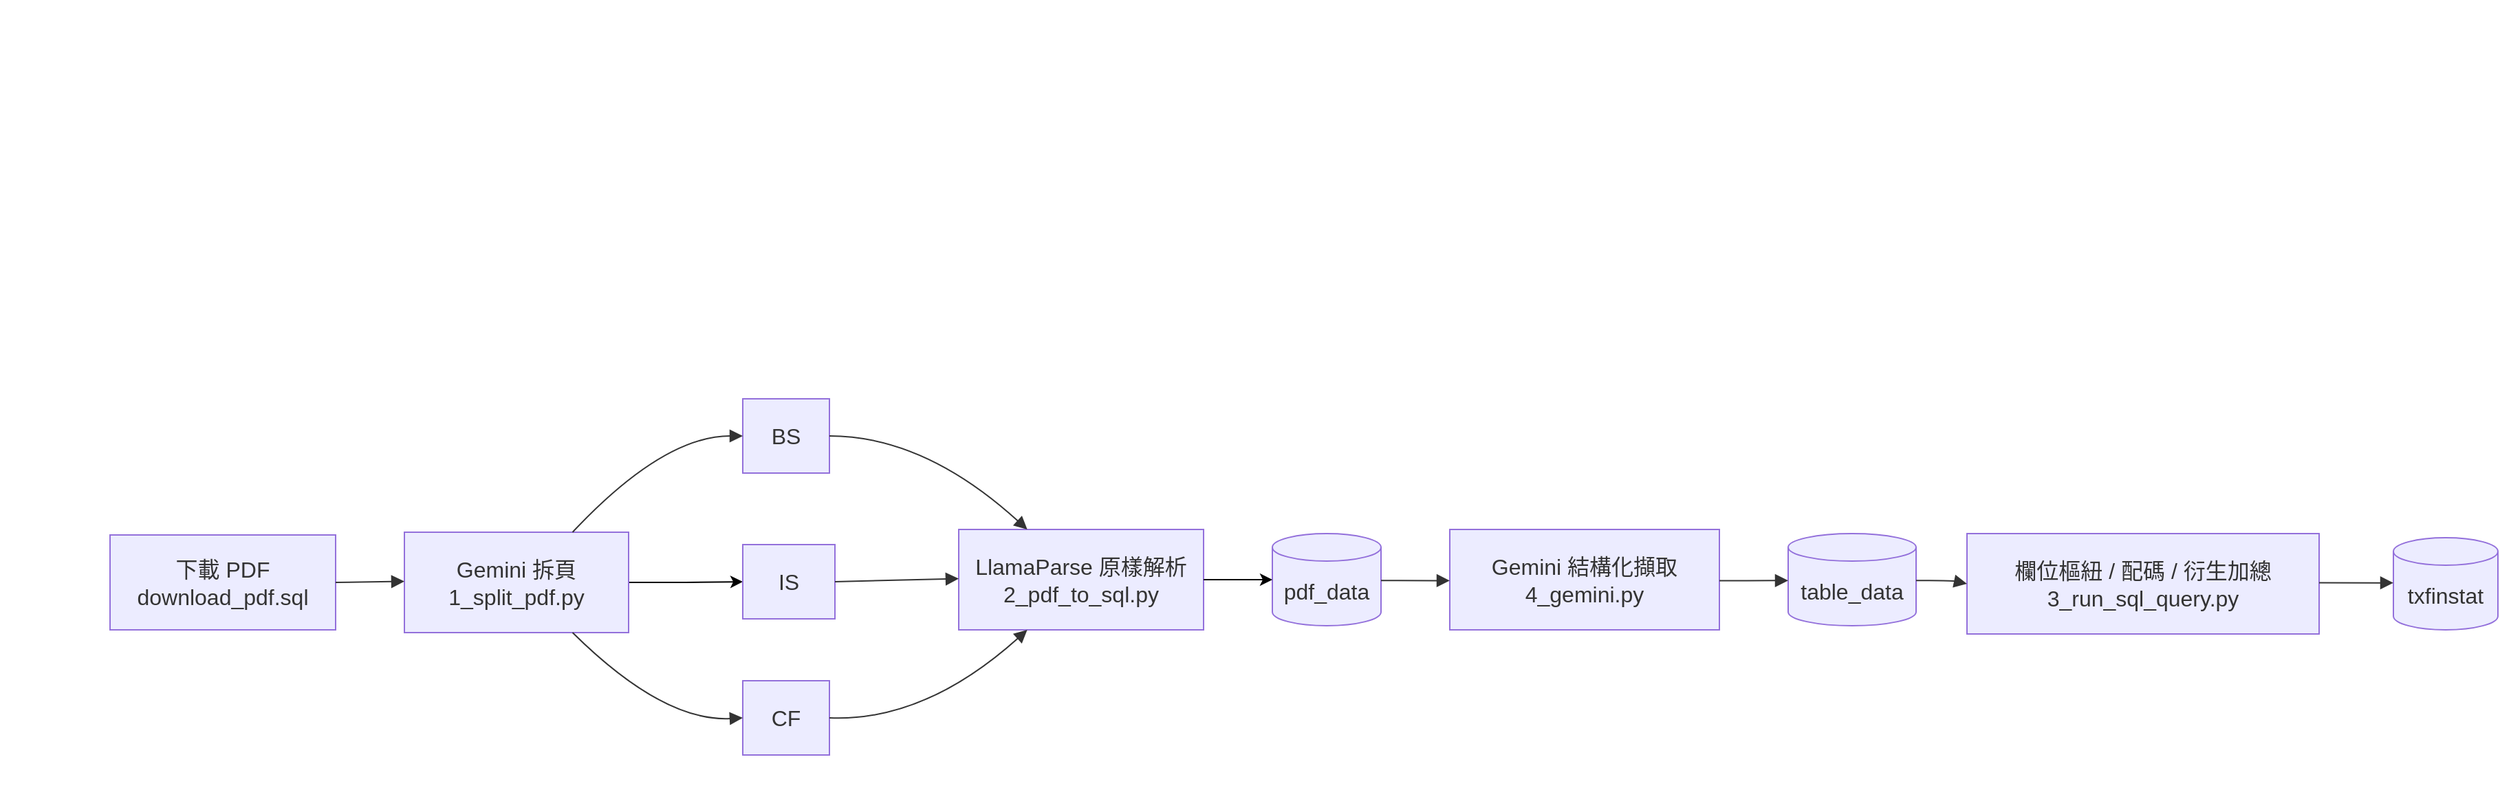
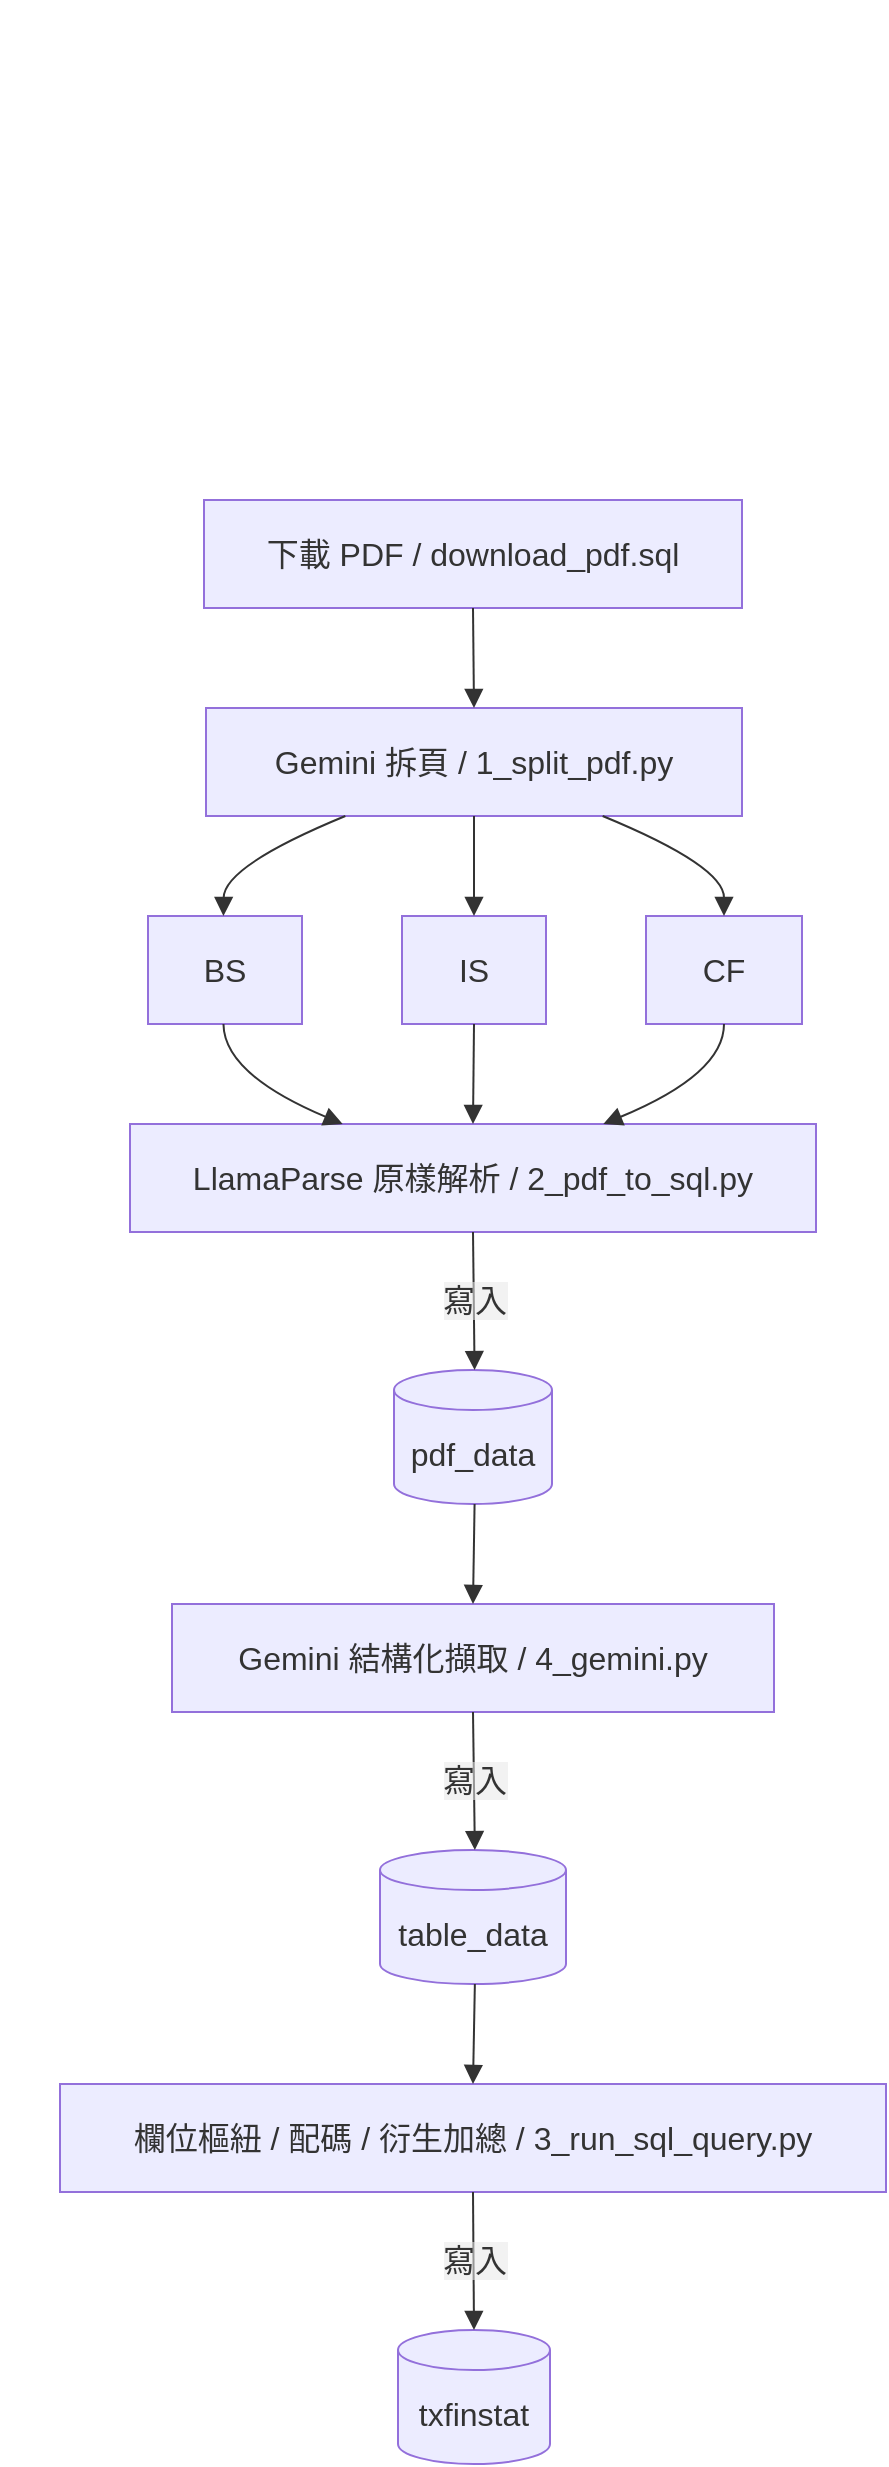
<mxfile host="app.diagrams.net" agent="Mozilla/5.0 (Windows NT 10.0; Win64; x64) AppleWebKit/537.36 (KHTML, like Gecko) Chrome/149.0.0.0 Safari/537.36">
  <diagram name="第 1 页" id="5wr4hw0qbn9dIjVRQ1fE">
-     <mxGraphModel dx="4580" dy="2670" grid="1" gridSize="10" guides="1" tooltips="1" connect="1" arrows="1" fold="1" page="1" pageScale="1" pageWidth="1169" pageHeight="827" math="0" shadow="0">
+     <mxGraphModel dx="1808" dy="938" grid="1" gridSize="10" guides="1" tooltips="1" connect="1" arrows="1" fold="1" page="1" pageScale="1" pageWidth="1169" pageHeight="827" math="0" shadow="0">
      <root>
        <mxCell id="0" />
        <mxCell id="1" parent="0" />
-         <UserObject label="" mermaidData="{&#xa;  &quot;data&quot;: &quot;flowchart LR\n  A[下載 PDF] --&gt; B[\&quot;Gemini 拆頁&lt;br&gt;1_split_pdf.py\&quot;]\n  B --&gt; C1[資產負債表]\n  B --&gt; C2[損益表]\n  B --&gt; C3[現金流量表]\n  C1 &amp; C2 &amp; C3 --&gt; D[\&quot;LlamaParse 解析&lt;br&gt;2_pdf_to_sql.py\&quot;]\n  D --&gt; E[(pdf_data)]\n  E --&gt; G[\&quot;Gemini 結構化擷取&lt;br&gt;4_gemini.py\&quot;]\n  G --&gt; F[(table_data)]\n  F --&gt; I[\&quot;欄位樞紐 / 配碼 / 衍生加總&lt;br&gt;3_run_sql_query.py\&quot;]\n  I --&gt; H[(txfinstat)]\n  B &amp; D -- \&quot;1,2 完成後\&quot; --&gt; I&quot;,&#xa;  &quot;config&quot;: null&#xa;}" id="uEy8U-7W5a8DpbSbEBy_-81">
-           <mxCell connectable="0" parent="1" style="group;transparentBounds=1;editIcon=1;lockedGroup=0;groupPadding=20;" vertex="1">
-             <mxGeometry height="572" width="610" as="geometry" />
+         <UserObject label="" mermaidData="{&#xa;  &quot;data&quot;: &quot;flowchart TD\n  A[下載 PDF / download_pdf.sql]:::green\n  B[Gemini 拆頁 / 1_split_pdf.py]:::orange\n  BS[BS]:::orange\n  IS[IS]:::orange\n  CF[CF]:::orange\n  C[LlamaParse 原樣解析 / 2_pdf_to_sql.py]:::yellow\n  D[(pdf_data)]:::blue\n  E[Gemini 結構化擷取 / 4_gemini.py]:::yellow\n  F[(table_data)]:::blue\n  G[欄位樞紐 / 配碼 / 衍生加總 / 3_run_sql_query.py]:::yellow\n  H[(txfinstat)]:::blue\n\n  A --&gt; B\n  B --&gt; BS\n  B --&gt; IS\n  B --&gt; CF\n  BS --&gt; C\n  IS --&gt; C\n  CF --&gt; C\n  C -- 寫入 --&gt; D\n  D --&gt; E\n  E -- 寫入 --&gt; F\n  F --&gt; G\n  G -- 寫入 --&gt; H&quot;,&#xa;  &quot;config&quot;: null&#xa;}" id="1AuTr31iAnfZBQywCQhe-49">
+           <mxCell connectable="0" parent="1" style="group;transparentBounds=1;editIcon=1;lockedGroup=0;groupPadding=10;" vertex="1">
+             <mxGeometry as="geometry" />
          </mxCell>
        </UserObject>
-         <UserObject label="下載 PDF&lt;div&gt;download_pdf.sql&lt;/div&gt;" mermaidId="n:A" mermaidBaseStyle="html=1;whiteSpace=wrap;strokeWidth=1;fillColor=light-dark(#ECECFF,#1f2020);strokeColor=light-dark(#9370DB,#cccccc);fontColor=light-dark(#333333,#cccccc);fontFamily=Trebuchet MS,Verdana,Arial,sans-serif;fontSize=16;" mermaidBaseValue="下載 PDF" id="uEy8U-7W5a8DpbSbEBy_-82">
-           <mxCell parent="uEy8U-7W5a8DpbSbEBy_-81" style="html=1;whiteSpace=wrap;strokeWidth=1;fillColor=light-dark(#ECECFF,#1f2020);strokeColor=light-dark(#9370DB,#cccccc);fontColor=light-dark(#333333,#cccccc);fontFamily=Trebuchet MS,Verdana,Arial,sans-serif;fontSize=16;" vertex="1">
-             <mxGeometry height="69" width="164" x="80" y="389" as="geometry" />
+         <UserObject label="下載 PDF / download_pdf.sql" mermaidId="n:A" mermaidBaseStyle="html=1;whiteSpace=wrap;strokeWidth=1;fillColor=light-dark(#ECECFF,#1f2020);strokeColor=light-dark(#9370DB,#cccccc);fontColor=light-dark(#333333,#cccccc);fontFamily=Trebuchet MS,Verdana,Arial,sans-serif;fontSize=16;" mermaidBaseValue="下載 PDF / download_pdf.sql" id="1AuTr31iAnfZBQywCQhe-50">
+           <mxCell parent="1AuTr31iAnfZBQywCQhe-49" style="html=1;whiteSpace=wrap;strokeWidth=1;fillColor=light-dark(#ECECFF,#1f2020);strokeColor=light-dark(#9370DB,#cccccc);fontColor=light-dark(#333333,#cccccc);fontFamily=Trebuchet MS,Verdana,Arial,sans-serif;fontSize=16;" vertex="1">
+             <mxGeometry height="54" width="269" x="102" y="250" as="geometry" />
          </mxCell>
        </UserObject>
-         <mxCell id="uEy8U-7W5a8DpbSbEBy_-109" edge="1" parent="uEy8U-7W5a8DpbSbEBy_-81" source="uEy8U-7W5a8DpbSbEBy_-83" style="edgeStyle=orthogonalEdgeStyle;rounded=0;orthogonalLoop=1;jettySize=auto;html=1;exitX=1;exitY=0.5;exitDx=0;exitDy=0;entryX=0;entryY=0.5;entryDx=0;entryDy=0;" target="uEy8U-7W5a8DpbSbEBy_-85">
-           <mxGeometry relative="1" as="geometry" />
-         </mxCell>
-         <UserObject label="Gemini 拆頁&#xa;1_split_pdf.py" mermaidId="n:B" mermaidBaseStyle="html=1;whiteSpace=wrap;strokeWidth=1;fillColor=light-dark(#ECECFF,#1f2020);strokeColor=light-dark(#9370DB,#cccccc);fontColor=light-dark(#333333,#cccccc);fontFamily=Trebuchet MS,Verdana,Arial,sans-serif;fontSize=16;" mermaidBaseValue="Gemini 拆頁&#xa;1_split_pdf.py" id="uEy8U-7W5a8DpbSbEBy_-83">
-           <mxCell parent="uEy8U-7W5a8DpbSbEBy_-81" style="html=1;whiteSpace=wrap;strokeWidth=1;fillColor=light-dark(#ECECFF,#1f2020);strokeColor=light-dark(#9370DB,#cccccc);fontColor=light-dark(#333333,#cccccc);fontFamily=Trebuchet MS,Verdana,Arial,sans-serif;fontSize=16;" vertex="1">
-             <mxGeometry height="73" width="163" x="294" y="387" as="geometry" />
+         <UserObject label="Gemini 拆頁 / 1_split_pdf.py" mermaidId="n:B" mermaidBaseStyle="html=1;whiteSpace=wrap;strokeWidth=1;fillColor=light-dark(#ECECFF,#1f2020);strokeColor=light-dark(#9370DB,#cccccc);fontColor=light-dark(#333333,#cccccc);fontFamily=Trebuchet MS,Verdana,Arial,sans-serif;fontSize=16;" mermaidBaseValue="Gemini 拆頁 / 1_split_pdf.py" id="1AuTr31iAnfZBQywCQhe-51">
+           <mxCell parent="1AuTr31iAnfZBQywCQhe-49" style="html=1;whiteSpace=wrap;strokeWidth=1;fillColor=light-dark(#ECECFF,#1f2020);strokeColor=light-dark(#9370DB,#cccccc);fontColor=light-dark(#333333,#cccccc);fontFamily=Trebuchet MS,Verdana,Arial,sans-serif;fontSize=16;" vertex="1">
+             <mxGeometry height="54" width="268" x="103" y="354" as="geometry" />
          </mxCell>
        </UserObject>
-         <UserObject label="BS" mermaidId="n:C1" mermaidBaseStyle="html=1;whiteSpace=wrap;strokeWidth=1;fillColor=light-dark(#ECECFF,#1f2020);strokeColor=light-dark(#9370DB,#cccccc);fontColor=light-dark(#333333,#cccccc);fontFamily=Trebuchet MS,Verdana,Arial,sans-serif;fontSize=16;" mermaidBaseValue="資產負債表" id="uEy8U-7W5a8DpbSbEBy_-84">
-           <mxCell parent="uEy8U-7W5a8DpbSbEBy_-81" style="html=1;whiteSpace=wrap;strokeWidth=1;fillColor=light-dark(#ECECFF,#1f2020);strokeColor=light-dark(#9370DB,#cccccc);fontColor=light-dark(#333333,#cccccc);fontFamily=Trebuchet MS,Verdana,Arial,sans-serif;fontSize=16;" vertex="1">
-             <mxGeometry height="54" width="63" x="540" y="290" as="geometry" />
+         <UserObject label="BS" mermaidId="n:BS" mermaidBaseStyle="html=1;whiteSpace=wrap;strokeWidth=1;fillColor=light-dark(#ECECFF,#1f2020);strokeColor=light-dark(#9370DB,#cccccc);fontColor=light-dark(#333333,#cccccc);fontFamily=Trebuchet MS,Verdana,Arial,sans-serif;fontSize=16;" mermaidBaseValue="BS" id="1AuTr31iAnfZBQywCQhe-52">
+           <mxCell parent="1AuTr31iAnfZBQywCQhe-49" style="html=1;whiteSpace=wrap;strokeWidth=1;fillColor=light-dark(#ECECFF,#1f2020);strokeColor=light-dark(#9370DB,#cccccc);fontColor=light-dark(#333333,#cccccc);fontFamily=Trebuchet MS,Verdana,Arial,sans-serif;fontSize=16;" vertex="1">
+             <mxGeometry height="54" width="77" x="74" y="458" as="geometry" />
          </mxCell>
        </UserObject>
-         <UserObject label="IS" mermaidId="n:C2" mermaidBaseStyle="html=1;whiteSpace=wrap;strokeWidth=1;fillColor=light-dark(#ECECFF,#1f2020);strokeColor=light-dark(#9370DB,#cccccc);fontColor=light-dark(#333333,#cccccc);fontFamily=Trebuchet MS,Verdana,Arial,sans-serif;fontSize=16;" mermaidBaseValue="損益表" id="uEy8U-7W5a8DpbSbEBy_-85">
-           <mxCell parent="uEy8U-7W5a8DpbSbEBy_-81" style="html=1;whiteSpace=wrap;strokeWidth=1;fillColor=light-dark(#ECECFF,#1f2020);strokeColor=light-dark(#9370DB,#cccccc);fontColor=light-dark(#333333,#cccccc);fontFamily=Trebuchet MS,Verdana,Arial,sans-serif;fontSize=16;" vertex="1">
-             <mxGeometry height="54" width="67" x="540" y="396" as="geometry" />
+         <UserObject label="IS" mermaidId="n:IS" mermaidBaseStyle="html=1;whiteSpace=wrap;strokeWidth=1;fillColor=light-dark(#ECECFF,#1f2020);strokeColor=light-dark(#9370DB,#cccccc);fontColor=light-dark(#333333,#cccccc);fontFamily=Trebuchet MS,Verdana,Arial,sans-serif;fontSize=16;" mermaidBaseValue="IS" id="1AuTr31iAnfZBQywCQhe-53">
+           <mxCell parent="1AuTr31iAnfZBQywCQhe-49" style="html=1;whiteSpace=wrap;strokeWidth=1;fillColor=light-dark(#ECECFF,#1f2020);strokeColor=light-dark(#9370DB,#cccccc);fontColor=light-dark(#333333,#cccccc);fontFamily=Trebuchet MS,Verdana,Arial,sans-serif;fontSize=16;" vertex="1">
+             <mxGeometry height="54" width="72" x="201" y="458" as="geometry" />
          </mxCell>
        </UserObject>
-         <UserObject label="CF" mermaidId="n:C3" mermaidBaseStyle="html=1;whiteSpace=wrap;strokeWidth=1;fillColor=light-dark(#ECECFF,#1f2020);strokeColor=light-dark(#9370DB,#cccccc);fontColor=light-dark(#333333,#cccccc);fontFamily=Trebuchet MS,Verdana,Arial,sans-serif;fontSize=16;" mermaidBaseValue="現金流量表" id="uEy8U-7W5a8DpbSbEBy_-86">
-           <mxCell parent="uEy8U-7W5a8DpbSbEBy_-81" style="html=1;whiteSpace=wrap;strokeWidth=1;fillColor=light-dark(#ECECFF,#1f2020);strokeColor=light-dark(#9370DB,#cccccc);fontColor=light-dark(#333333,#cccccc);fontFamily=Trebuchet MS,Verdana,Arial,sans-serif;fontSize=16;" vertex="1">
-             <mxGeometry height="54" width="63" x="540" y="495" as="geometry" />
+         <UserObject label="CF" mermaidId="n:CF" mermaidBaseStyle="html=1;whiteSpace=wrap;strokeWidth=1;fillColor=light-dark(#ECECFF,#1f2020);strokeColor=light-dark(#9370DB,#cccccc);fontColor=light-dark(#333333,#cccccc);fontFamily=Trebuchet MS,Verdana,Arial,sans-serif;fontSize=16;" mermaidBaseValue="CF" id="1AuTr31iAnfZBQywCQhe-54">
+           <mxCell parent="1AuTr31iAnfZBQywCQhe-49" style="html=1;whiteSpace=wrap;strokeWidth=1;fillColor=light-dark(#ECECFF,#1f2020);strokeColor=light-dark(#9370DB,#cccccc);fontColor=light-dark(#333333,#cccccc);fontFamily=Trebuchet MS,Verdana,Arial,sans-serif;fontSize=16;" vertex="1">
+             <mxGeometry height="54" width="78" x="323" y="458" as="geometry" />
          </mxCell>
        </UserObject>
-         <UserObject label="LlamaParse 原樣解析&lt;br&gt;2_pdf_to_sql.py" mermaidId="n:D" mermaidBaseStyle="html=1;whiteSpace=wrap;strokeWidth=1;fillColor=light-dark(#ECECFF,#1f2020);strokeColor=light-dark(#9370DB,#cccccc);fontColor=light-dark(#333333,#cccccc);fontFamily=Trebuchet MS,Verdana,Arial,sans-serif;fontSize=16;" mermaidBaseValue="LlamaParse 解析&#xa;2_pdf_to_sql.py" id="uEy8U-7W5a8DpbSbEBy_-87">
-           <mxCell parent="uEy8U-7W5a8DpbSbEBy_-81" style="html=1;whiteSpace=wrap;strokeWidth=1;fillColor=light-dark(#ECECFF,#1f2020);strokeColor=light-dark(#9370DB,#cccccc);fontColor=light-dark(#333333,#cccccc);fontFamily=Trebuchet MS,Verdana,Arial,sans-serif;fontSize=16;" vertex="1">
-             <mxGeometry height="73" width="178" x="697" y="385" as="geometry" />
+         <UserObject label="LlamaParse 原樣解析 / 2_pdf_to_sql.py" mermaidId="n:C" mermaidBaseStyle="html=1;whiteSpace=wrap;strokeWidth=1;fillColor=light-dark(#ECECFF,#1f2020);strokeColor=light-dark(#9370DB,#cccccc);fontColor=light-dark(#333333,#cccccc);fontFamily=Trebuchet MS,Verdana,Arial,sans-serif;fontSize=16;" mermaidBaseValue="LlamaParse 原樣解析 / 2_pdf_to_sql.py" id="1AuTr31iAnfZBQywCQhe-55">
+           <mxCell parent="1AuTr31iAnfZBQywCQhe-49" style="html=1;whiteSpace=wrap;strokeWidth=1;fillColor=light-dark(#ECECFF,#1f2020);strokeColor=light-dark(#9370DB,#cccccc);fontColor=light-dark(#333333,#cccccc);fontFamily=Trebuchet MS,Verdana,Arial,sans-serif;fontSize=16;" vertex="1">
+             <mxGeometry height="54" width="343" x="65" y="562" as="geometry" />
          </mxCell>
        </UserObject>
-         <UserObject label="pdf_data" mermaidId="n:E" mermaidBaseStyle="html=1;shape=cylinder3;boundedLbl=1;backgroundOutline=1;size=10;strokeWidth=1;whiteSpace=wrap;fillColor=light-dark(#ECECFF,#1f2020);strokeColor=light-dark(#9370DB,#cccccc);fontColor=light-dark(#333333,#cccccc);fontFamily=Trebuchet MS,Verdana,Arial,sans-serif;fontSize=16;" mermaidBaseValue="pdf_data" id="uEy8U-7W5a8DpbSbEBy_-88">
-           <mxCell parent="uEy8U-7W5a8DpbSbEBy_-81" style="html=1;shape=cylinder3;boundedLbl=1;backgroundOutline=1;size=10;strokeWidth=1;whiteSpace=wrap;fillColor=light-dark(#ECECFF,#1f2020);strokeColor=light-dark(#9370DB,#cccccc);fontColor=light-dark(#333333,#cccccc);fontFamily=Trebuchet MS,Verdana,Arial,sans-serif;fontSize=16;" vertex="1">
-             <mxGeometry height="67" width="79" x="925" y="388" as="geometry" />
+         <UserObject label="pdf_data" mermaidId="n:D" mermaidBaseStyle="html=1;shape=cylinder3;boundedLbl=1;backgroundOutline=1;size=10;strokeWidth=1;whiteSpace=wrap;fillColor=light-dark(#ECECFF,#1f2020);strokeColor=light-dark(#9370DB,#cccccc);fontColor=light-dark(#333333,#cccccc);fontFamily=Trebuchet MS,Verdana,Arial,sans-serif;fontSize=16;" mermaidBaseValue="pdf_data" id="1AuTr31iAnfZBQywCQhe-56">
+           <mxCell parent="1AuTr31iAnfZBQywCQhe-49" style="html=1;shape=cylinder3;boundedLbl=1;backgroundOutline=1;size=10;strokeWidth=1;whiteSpace=wrap;fillColor=light-dark(#ECECFF,#1f2020);strokeColor=light-dark(#9370DB,#cccccc);fontColor=light-dark(#333333,#cccccc);fontFamily=Trebuchet MS,Verdana,Arial,sans-serif;fontSize=16;" vertex="1">
+             <mxGeometry height="67" width="79" x="197" y="685" as="geometry" />
          </mxCell>
        </UserObject>
-         <UserObject label="Gemini 結構化擷取&#xa;4_gemini.py" mermaidId="n:G" mermaidBaseStyle="html=1;whiteSpace=wrap;strokeWidth=1;fillColor=light-dark(#ECECFF,#1f2020);strokeColor=light-dark(#9370DB,#cccccc);fontColor=light-dark(#333333,#cccccc);fontFamily=Trebuchet MS,Verdana,Arial,sans-serif;fontSize=16;" mermaidBaseValue="Gemini 結構化擷取&#xa;4_gemini.py" id="uEy8U-7W5a8DpbSbEBy_-89">
-           <mxCell parent="uEy8U-7W5a8DpbSbEBy_-81" style="html=1;whiteSpace=wrap;strokeWidth=1;fillColor=light-dark(#ECECFF,#1f2020);strokeColor=light-dark(#9370DB,#cccccc);fontColor=light-dark(#333333,#cccccc);fontFamily=Trebuchet MS,Verdana,Arial,sans-serif;fontSize=16;" vertex="1">
-             <mxGeometry height="73" width="196" x="1054" y="385" as="geometry" />
+         <UserObject label="Gemini 結構化擷取 / 4_gemini.py" mermaidId="n:E" mermaidBaseStyle="html=1;whiteSpace=wrap;strokeWidth=1;fillColor=light-dark(#ECECFF,#1f2020);strokeColor=light-dark(#9370DB,#cccccc);fontColor=light-dark(#333333,#cccccc);fontFamily=Trebuchet MS,Verdana,Arial,sans-serif;fontSize=16;" mermaidBaseValue="Gemini 結構化擷取 / 4_gemini.py" id="1AuTr31iAnfZBQywCQhe-57">
+           <mxCell parent="1AuTr31iAnfZBQywCQhe-49" style="html=1;whiteSpace=wrap;strokeWidth=1;fillColor=light-dark(#ECECFF,#1f2020);strokeColor=light-dark(#9370DB,#cccccc);fontColor=light-dark(#333333,#cccccc);fontFamily=Trebuchet MS,Verdana,Arial,sans-serif;fontSize=16;" vertex="1">
+             <mxGeometry height="54" width="301" x="86" y="802" as="geometry" />
          </mxCell>
        </UserObject>
-         <UserObject label="table_data" mermaidId="n:F" mermaidBaseStyle="html=1;shape=cylinder3;boundedLbl=1;backgroundOutline=1;size=10;strokeWidth=1;whiteSpace=wrap;fillColor=light-dark(#ECECFF,#1f2020);strokeColor=light-dark(#9370DB,#cccccc);fontColor=light-dark(#333333,#cccccc);fontFamily=Trebuchet MS,Verdana,Arial,sans-serif;fontSize=16;" mermaidBaseValue="table_data" id="uEy8U-7W5a8DpbSbEBy_-90">
-           <mxCell parent="uEy8U-7W5a8DpbSbEBy_-81" style="html=1;shape=cylinder3;boundedLbl=1;backgroundOutline=1;size=10;strokeWidth=1;whiteSpace=wrap;fillColor=light-dark(#ECECFF,#1f2020);strokeColor=light-dark(#9370DB,#cccccc);fontColor=light-dark(#333333,#cccccc);fontFamily=Trebuchet MS,Verdana,Arial,sans-serif;fontSize=16;" vertex="1">
-             <mxGeometry height="67" width="93" x="1300" y="388" as="geometry" />
+         <UserObject label="table_data" mermaidId="n:F" mermaidBaseStyle="html=1;shape=cylinder3;boundedLbl=1;backgroundOutline=1;size=10;strokeWidth=1;whiteSpace=wrap;fillColor=light-dark(#ECECFF,#1f2020);strokeColor=light-dark(#9370DB,#cccccc);fontColor=light-dark(#333333,#cccccc);fontFamily=Trebuchet MS,Verdana,Arial,sans-serif;fontSize=16;" mermaidBaseValue="table_data" id="1AuTr31iAnfZBQywCQhe-58">
+           <mxCell parent="1AuTr31iAnfZBQywCQhe-49" style="html=1;shape=cylinder3;boundedLbl=1;backgroundOutline=1;size=10;strokeWidth=1;whiteSpace=wrap;fillColor=light-dark(#ECECFF,#1f2020);strokeColor=light-dark(#9370DB,#cccccc);fontColor=light-dark(#333333,#cccccc);fontFamily=Trebuchet MS,Verdana,Arial,sans-serif;fontSize=16;" vertex="1">
+             <mxGeometry height="67" width="93" x="190" y="925" as="geometry" />
          </mxCell>
        </UserObject>
-         <UserObject label="欄位樞紐 / 配碼 / 衍生加總&#xa;3_run_sql_query.py" mermaidId="n:I" mermaidBaseStyle="html=1;whiteSpace=wrap;strokeWidth=1;fillColor=light-dark(#ECECFF,#1f2020);strokeColor=light-dark(#9370DB,#cccccc);fontColor=light-dark(#333333,#cccccc);fontFamily=Trebuchet MS,Verdana,Arial,sans-serif;fontSize=16;" mermaidBaseValue="欄位樞紐 / 配碼 / 衍生加總&#xa;3_run_sql_query.py" id="uEy8U-7W5a8DpbSbEBy_-91">
-           <mxCell parent="uEy8U-7W5a8DpbSbEBy_-81" style="html=1;whiteSpace=wrap;strokeWidth=1;fillColor=light-dark(#ECECFF,#1f2020);strokeColor=light-dark(#9370DB,#cccccc);fontColor=light-dark(#333333,#cccccc);fontFamily=Trebuchet MS,Verdana,Arial,sans-serif;fontSize=16;" vertex="1">
-             <mxGeometry height="73" width="256" x="1430" y="388" as="geometry" />
+         <UserObject label="欄位樞紐 / 配碼 / 衍生加總 / 3_run_sql_query.py" mermaidId="n:G" mermaidBaseStyle="html=1;whiteSpace=wrap;strokeWidth=1;fillColor=light-dark(#ECECFF,#1f2020);strokeColor=light-dark(#9370DB,#cccccc);fontColor=light-dark(#333333,#cccccc);fontFamily=Trebuchet MS,Verdana,Arial,sans-serif;fontSize=16;" mermaidBaseValue="欄位樞紐 / 配碼 / 衍生加總 / 3_run_sql_query.py" id="1AuTr31iAnfZBQywCQhe-59">
+           <mxCell parent="1AuTr31iAnfZBQywCQhe-49" style="html=1;whiteSpace=wrap;strokeWidth=1;fillColor=light-dark(#ECECFF,#1f2020);strokeColor=light-dark(#9370DB,#cccccc);fontColor=light-dark(#333333,#cccccc);fontFamily=Trebuchet MS,Verdana,Arial,sans-serif;fontSize=16;" vertex="1">
+             <mxGeometry height="54" width="413" x="30" y="1042" as="geometry" />
          </mxCell>
        </UserObject>
-         <UserObject label="txfinstat" mermaidId="n:H" mermaidBaseStyle="html=1;shape=cylinder3;boundedLbl=1;backgroundOutline=1;size=10;strokeWidth=1;whiteSpace=wrap;fillColor=light-dark(#ECECFF,#1f2020);strokeColor=light-dark(#9370DB,#cccccc);fontColor=light-dark(#333333,#cccccc);fontFamily=Trebuchet MS,Verdana,Arial,sans-serif;fontSize=16;" mermaidBaseValue="txfinstat" id="uEy8U-7W5a8DpbSbEBy_-92">
-           <mxCell parent="uEy8U-7W5a8DpbSbEBy_-81" style="html=1;shape=cylinder3;boundedLbl=1;backgroundOutline=1;size=10;strokeWidth=1;whiteSpace=wrap;fillColor=light-dark(#ECECFF,#1f2020);strokeColor=light-dark(#9370DB,#cccccc);fontColor=light-dark(#333333,#cccccc);fontFamily=Trebuchet MS,Verdana,Arial,sans-serif;fontSize=16;" vertex="1">
-             <mxGeometry height="67" width="76" x="1740" y="391" as="geometry" />
+         <UserObject label="txfinstat" mermaidId="n:H" mermaidBaseStyle="html=1;shape=cylinder3;boundedLbl=1;backgroundOutline=1;size=10;strokeWidth=1;whiteSpace=wrap;fillColor=light-dark(#ECECFF,#1f2020);strokeColor=light-dark(#9370DB,#cccccc);fontColor=light-dark(#333333,#cccccc);fontFamily=Trebuchet MS,Verdana,Arial,sans-serif;fontSize=16;" mermaidBaseValue="txfinstat" id="1AuTr31iAnfZBQywCQhe-60">
+           <mxCell parent="1AuTr31iAnfZBQywCQhe-49" style="html=1;shape=cylinder3;boundedLbl=1;backgroundOutline=1;size=10;strokeWidth=1;whiteSpace=wrap;fillColor=light-dark(#ECECFF,#1f2020);strokeColor=light-dark(#9370DB,#cccccc);fontColor=light-dark(#333333,#cccccc);fontFamily=Trebuchet MS,Verdana,Arial,sans-serif;fontSize=16;" vertex="1">
+             <mxGeometry height="67" width="76" x="199" y="1165" as="geometry" />
          </mxCell>
        </UserObject>
-         <UserObject label="" mermaidId="e:A-&gt;B#0" mermaidBaseStyle="curved=1;startArrow=none;endArrow=block;endSize=7;strokeColor=light-dark(#333333,#cccccc);exitX=1;exitY=0.5;entryX=0;entryY=0.49;" mermaidBaseValue="" id="uEy8U-7W5a8DpbSbEBy_-93">
-           <mxCell edge="1" parent="uEy8U-7W5a8DpbSbEBy_-81" source="uEy8U-7W5a8DpbSbEBy_-82" style="curved=1;startArrow=none;endArrow=block;endSize=7;strokeColor=light-dark(#333333,#cccccc);exitX=1;exitY=0.5;entryX=0;entryY=0.49;rounded=0;" target="uEy8U-7W5a8DpbSbEBy_-83">
+         <UserObject label="" mermaidId="e:A-&gt;B#0" mermaidBaseStyle="curved=1;startArrow=none;endArrow=block;endSize=7;strokeColor=light-dark(#333333,#cccccc);exitX=0.5;exitY=1;entryX=0.5;entryY=0;" mermaidBaseValue="" id="1AuTr31iAnfZBQywCQhe-61">
+           <mxCell edge="1" parent="1AuTr31iAnfZBQywCQhe-49" source="1AuTr31iAnfZBQywCQhe-50" style="curved=1;startArrow=none;endArrow=block;endSize=7;strokeColor=light-dark(#333333,#cccccc);exitX=0.5;exitY=1;entryX=0.5;entryY=0;rounded=0;" target="1AuTr31iAnfZBQywCQhe-51">
            <mxGeometry relative="1" as="geometry">
              <Array as="points" />
            </mxGeometry>
          </mxCell>
        </UserObject>
-         <UserObject label="" mermaidId="e:B-&gt;C1#0" mermaidBaseStyle="curved=1;startArrow=none;endArrow=block;endSize=7;strokeColor=light-dark(#333333,#cccccc);exitX=0.66;exitY=0;entryX=0;entryY=0.5;" mermaidBaseValue="" id="uEy8U-7W5a8DpbSbEBy_-94">
-           <mxCell edge="1" parent="uEy8U-7W5a8DpbSbEBy_-81" source="uEy8U-7W5a8DpbSbEBy_-83" style="curved=1;startArrow=none;endArrow=block;endSize=7;strokeColor=light-dark(#333333,#cccccc);entryX=0;entryY=0.5;rounded=0;exitX=0.75;exitY=0;exitDx=0;exitDy=0;" target="uEy8U-7W5a8DpbSbEBy_-84">
+         <UserObject label="" mermaidId="e:B-&gt;BS#0" mermaidBaseStyle="curved=1;startArrow=none;endArrow=block;endSize=7;strokeColor=light-dark(#333333,#cccccc);exitX=0.26;exitY=1;entryX=0.49;entryY=0;" mermaidBaseValue="" id="1AuTr31iAnfZBQywCQhe-62">
+           <mxCell edge="1" parent="1AuTr31iAnfZBQywCQhe-49" source="1AuTr31iAnfZBQywCQhe-51" style="curved=1;startArrow=none;endArrow=block;endSize=7;strokeColor=light-dark(#333333,#cccccc);exitX=0.26;exitY=1;entryX=0.49;entryY=0;rounded=0;" target="1AuTr31iAnfZBQywCQhe-52">
            <mxGeometry relative="1" as="geometry">
              <Array as="points">
-                 <mxPoint x="482" y="317" />
-               </Array>
-               <mxPoint x="430" y="390" as="sourcePoint" />
-             </mxGeometry>
-           </mxCell>
-         </UserObject>
-         <UserObject label="" mermaidId="e:B-&gt;C3#0" mermaidBaseStyle="curved=1;startArrow=none;endArrow=block;endSize=7;strokeColor=light-dark(#333333,#cccccc);exitX=0.92;exitY=1;entryX=0;entryY=0.5;" mermaidBaseValue="" id="uEy8U-7W5a8DpbSbEBy_-96">
-           <mxCell edge="1" parent="uEy8U-7W5a8DpbSbEBy_-81" source="uEy8U-7W5a8DpbSbEBy_-83" style="curved=1;startArrow=none;endArrow=block;endSize=7;strokeColor=light-dark(#333333,#cccccc);exitX=0.75;exitY=1;entryX=0;entryY=0.5;rounded=0;exitDx=0;exitDy=0;" target="uEy8U-7W5a8DpbSbEBy_-86">
-             <mxGeometry relative="1" as="geometry">
-               <Array as="points">
-                 <mxPoint x="482" y="525" />
+                 <mxPoint x="112" y="433" />
              </Array>
            </mxGeometry>
          </mxCell>
        </UserObject>
-         <UserObject label="" mermaidId="e:C1-&gt;D#0" mermaidBaseStyle="curved=1;startArrow=none;endArrow=block;endSize=7;strokeColor=light-dark(#333333,#cccccc);exitX=1;exitY=0.5;entryX=0.28;entryY=0;" mermaidBaseValue="" id="uEy8U-7W5a8DpbSbEBy_-97">
-           <mxCell edge="1" parent="uEy8U-7W5a8DpbSbEBy_-81" source="uEy8U-7W5a8DpbSbEBy_-84" style="curved=1;startArrow=none;endArrow=block;endSize=7;strokeColor=light-dark(#333333,#cccccc);exitX=1;exitY=0.5;entryX=0.28;entryY=0;rounded=0;" target="uEy8U-7W5a8DpbSbEBy_-87">
-             <mxGeometry relative="1" as="geometry">
-               <Array as="points">
-                 <mxPoint x="672" y="317" />
-               </Array>
-             </mxGeometry>
-           </mxCell>
-         </UserObject>
-         <UserObject label="" mermaidId="e:C2-&gt;D#0" mermaidBaseStyle="curved=1;startArrow=none;endArrow=block;endSize=7;strokeColor=light-dark(#333333,#cccccc);exitX=1;exitY=0.5;entryX=0;entryY=0.49;" mermaidBaseValue="" id="uEy8U-7W5a8DpbSbEBy_-98">
-           <mxCell edge="1" parent="uEy8U-7W5a8DpbSbEBy_-81" source="uEy8U-7W5a8DpbSbEBy_-85" style="curved=1;startArrow=none;endArrow=block;endSize=7;strokeColor=light-dark(#333333,#cccccc);exitX=1;exitY=0.5;entryX=0;entryY=0.49;rounded=0;" target="uEy8U-7W5a8DpbSbEBy_-87">
+         <UserObject label="" mermaidId="e:B-&gt;IS#0" mermaidBaseStyle="curved=1;startArrow=none;endArrow=block;endSize=7;strokeColor=light-dark(#333333,#cccccc);exitX=0.5;exitY=1;entryX=0.5;entryY=0;" mermaidBaseValue="" id="1AuTr31iAnfZBQywCQhe-63">
+           <mxCell edge="1" parent="1AuTr31iAnfZBQywCQhe-49" source="1AuTr31iAnfZBQywCQhe-51" style="curved=1;startArrow=none;endArrow=block;endSize=7;strokeColor=light-dark(#333333,#cccccc);exitX=0.5;exitY=1;entryX=0.5;entryY=0;rounded=0;" target="1AuTr31iAnfZBQywCQhe-53">
            <mxGeometry relative="1" as="geometry">
              <Array as="points" />
            </mxGeometry>
          </mxCell>
        </UserObject>
-         <UserObject label="" mermaidId="e:C3-&gt;D#0" mermaidBaseStyle="curved=1;startArrow=none;endArrow=block;endSize=7;strokeColor=light-dark(#333333,#cccccc);exitX=1;exitY=0.5;entryX=0.28;entryY=1;" mermaidBaseValue="" id="uEy8U-7W5a8DpbSbEBy_-99">
-           <mxCell edge="1" parent="uEy8U-7W5a8DpbSbEBy_-81" source="uEy8U-7W5a8DpbSbEBy_-86" style="curved=1;startArrow=none;endArrow=block;endSize=7;strokeColor=light-dark(#333333,#cccccc);exitX=1;exitY=0.5;entryX=0.28;entryY=1;rounded=0;" target="uEy8U-7W5a8DpbSbEBy_-87">
+         <UserObject label="" mermaidId="e:B-&gt;CF#0" mermaidBaseStyle="curved=1;startArrow=none;endArrow=block;endSize=7;strokeColor=light-dark(#333333,#cccccc);exitX=0.74;exitY=1;entryX=0.5;entryY=0;" mermaidBaseValue="" id="1AuTr31iAnfZBQywCQhe-64">
+           <mxCell edge="1" parent="1AuTr31iAnfZBQywCQhe-49" source="1AuTr31iAnfZBQywCQhe-51" style="curved=1;startArrow=none;endArrow=block;endSize=7;strokeColor=light-dark(#333333,#cccccc);exitX=0.74;exitY=1;entryX=0.5;entryY=0;rounded=0;" target="1AuTr31iAnfZBQywCQhe-54">
            <mxGeometry relative="1" as="geometry">
              <Array as="points">
-                 <mxPoint x="672" y="525" />
+                 <mxPoint x="362" y="433" />
              </Array>
            </mxGeometry>
          </mxCell>
        </UserObject>
-         <UserObject label="" mermaidId="e:E-&gt;G#0" mermaidBaseStyle="curved=1;startArrow=none;endArrow=block;endSize=7;strokeColor=light-dark(#333333,#cccccc);exitX=1;exitY=0.51;entryX=0;entryY=0.51;" mermaidBaseValue="" id="uEy8U-7W5a8DpbSbEBy_-101">
-           <mxCell edge="1" parent="uEy8U-7W5a8DpbSbEBy_-81" source="uEy8U-7W5a8DpbSbEBy_-88" style="curved=1;startArrow=none;endArrow=block;endSize=7;strokeColor=light-dark(#333333,#cccccc);exitX=1;exitY=0.51;entryX=0;entryY=0.51;rounded=0;" target="uEy8U-7W5a8DpbSbEBy_-89">
+         <UserObject label="" mermaidId="e:BS-&gt;C#0" mermaidBaseStyle="curved=1;startArrow=none;endArrow=block;endSize=7;strokeColor=light-dark(#333333,#cccccc);exitX=0.49;exitY=1;entryX=0.31;entryY=0;" mermaidBaseValue="" id="1AuTr31iAnfZBQywCQhe-65">
+           <mxCell edge="1" parent="1AuTr31iAnfZBQywCQhe-49" source="1AuTr31iAnfZBQywCQhe-52" style="curved=1;startArrow=none;endArrow=block;endSize=7;strokeColor=light-dark(#333333,#cccccc);exitX=0.49;exitY=1;entryX=0.31;entryY=0;rounded=0;" target="1AuTr31iAnfZBQywCQhe-55">
+             <mxGeometry relative="1" as="geometry">
+               <Array as="points">
+                 <mxPoint x="112" y="537" />
+               </Array>
+             </mxGeometry>
+           </mxCell>
+         </UserObject>
+         <UserObject label="" mermaidId="e:IS-&gt;C#0" mermaidBaseStyle="curved=1;startArrow=none;endArrow=block;endSize=7;strokeColor=light-dark(#333333,#cccccc);exitX=0.5;exitY=1;entryX=0.5;entryY=0;" mermaidBaseValue="" id="1AuTr31iAnfZBQywCQhe-66">
+           <mxCell edge="1" parent="1AuTr31iAnfZBQywCQhe-49" source="1AuTr31iAnfZBQywCQhe-53" style="curved=1;startArrow=none;endArrow=block;endSize=7;strokeColor=light-dark(#333333,#cccccc);exitX=0.5;exitY=1;entryX=0.5;entryY=0;rounded=0;" target="1AuTr31iAnfZBQywCQhe-55">
            <mxGeometry relative="1" as="geometry">
              <Array as="points" />
            </mxGeometry>
          </mxCell>
        </UserObject>
-         <UserObject label="" mermaidId="e:G-&gt;F#0" mermaidBaseStyle="curved=1;startArrow=none;endArrow=block;endSize=7;strokeColor=light-dark(#333333,#cccccc);exitX=1;exitY=0.51;entryX=0;entryY=0.51;" mermaidBaseValue="" id="uEy8U-7W5a8DpbSbEBy_-102">
-           <mxCell edge="1" parent="uEy8U-7W5a8DpbSbEBy_-81" source="uEy8U-7W5a8DpbSbEBy_-89" style="curved=1;startArrow=none;endArrow=block;endSize=7;strokeColor=light-dark(#333333,#cccccc);exitX=1;exitY=0.51;entryX=0;entryY=0.51;rounded=0;" target="uEy8U-7W5a8DpbSbEBy_-90">
+         <UserObject label="" mermaidId="e:CF-&gt;C#0" mermaidBaseStyle="curved=1;startArrow=none;endArrow=block;endSize=7;strokeColor=light-dark(#333333,#cccccc);exitX=0.5;exitY=1;entryX=0.69;entryY=0;" mermaidBaseValue="" id="1AuTr31iAnfZBQywCQhe-67">
+           <mxCell edge="1" parent="1AuTr31iAnfZBQywCQhe-49" source="1AuTr31iAnfZBQywCQhe-54" style="curved=1;startArrow=none;endArrow=block;endSize=7;strokeColor=light-dark(#333333,#cccccc);exitX=0.5;exitY=1;entryX=0.69;entryY=0;rounded=0;" target="1AuTr31iAnfZBQywCQhe-55">
+             <mxGeometry relative="1" as="geometry">
+               <Array as="points">
+                 <mxPoint x="362" y="537" />
+               </Array>
+             </mxGeometry>
+           </mxCell>
+         </UserObject>
+         <UserObject label="寫入" mermaidId="e:C-&gt;D#0" mermaidBaseStyle="curved=1;startArrow=none;endArrow=block;endSize=7;strokeColor=light-dark(#333333,#cccccc);html=1;fontSize=16;labelBackgroundColor=light-dark(#E8E8E88D,#2a2a2a8D);fontFamily=Trebuchet MS,Verdana,Arial,sans-serif;fontColor=light-dark(#333333,#cccccc);exitX=0.5;exitY=1;entryX=0.51;entryY=0;" mermaidBaseValue="寫入" id="1AuTr31iAnfZBQywCQhe-68">
+           <mxCell edge="1" parent="1AuTr31iAnfZBQywCQhe-49" source="1AuTr31iAnfZBQywCQhe-55" style="curved=1;startArrow=none;endArrow=block;endSize=7;strokeColor=light-dark(#333333,#cccccc);html=1;fontSize=16;labelBackgroundColor=light-dark(#E8E8E88D,#2a2a2a8D);fontFamily=Trebuchet MS,Verdana,Arial,sans-serif;fontColor=light-dark(#333333,#cccccc);exitX=0.5;exitY=1;entryX=0.51;entryY=0;rounded=0;" target="1AuTr31iAnfZBQywCQhe-56">
            <mxGeometry relative="1" as="geometry">
              <Array as="points" />
            </mxGeometry>
          </mxCell>
        </UserObject>
-         <UserObject label="" mermaidId="e:F-&gt;I#0" mermaidBaseStyle="curved=1;startArrow=none;endArrow=block;endSize=7;strokeColor=light-dark(#333333,#cccccc);exitX=1;exitY=0.51;entryX=0.3;entryY=0;" mermaidBaseValue="" id="uEy8U-7W5a8DpbSbEBy_-103">
-           <mxCell edge="1" parent="uEy8U-7W5a8DpbSbEBy_-81" source="uEy8U-7W5a8DpbSbEBy_-90" style="curved=1;startArrow=none;endArrow=block;endSize=7;strokeColor=light-dark(#333333,#cccccc);exitX=1;exitY=0.51;entryX=0;entryY=0.5;rounded=0;entryDx=0;entryDy=0;" target="uEy8U-7W5a8DpbSbEBy_-91">
-             <mxGeometry relative="1" as="geometry">
-               <Array as="points">
-                 <mxPoint x="1418" y="422" />
-               </Array>
-             </mxGeometry>
-           </mxCell>
-         </UserObject>
-         <UserObject label="" mermaidId="e:I-&gt;H#0" mermaidBaseStyle="curved=1;startArrow=none;endArrow=block;endSize=7;strokeColor=light-dark(#333333,#cccccc);exitX=1;exitY=0.49;entryX=0;entryY=0.49;" mermaidBaseValue="" id="uEy8U-7W5a8DpbSbEBy_-104">
-           <mxCell edge="1" parent="uEy8U-7W5a8DpbSbEBy_-81" source="uEy8U-7W5a8DpbSbEBy_-91" style="curved=1;startArrow=none;endArrow=block;endSize=7;strokeColor=light-dark(#333333,#cccccc);exitX=1;exitY=0.49;entryX=0;entryY=0.49;rounded=0;" target="uEy8U-7W5a8DpbSbEBy_-92">
+         <UserObject label="" mermaidId="e:D-&gt;E#0" mermaidBaseStyle="curved=1;startArrow=none;endArrow=block;endSize=7;strokeColor=light-dark(#333333,#cccccc);exitX=0.51;exitY=1;entryX=0.5;entryY=0;" mermaidBaseValue="" id="1AuTr31iAnfZBQywCQhe-69">
+           <mxCell edge="1" parent="1AuTr31iAnfZBQywCQhe-49" source="1AuTr31iAnfZBQywCQhe-56" style="curved=1;startArrow=none;endArrow=block;endSize=7;strokeColor=light-dark(#333333,#cccccc);exitX=0.51;exitY=1;entryX=0.5;entryY=0;rounded=0;" target="1AuTr31iAnfZBQywCQhe-57">
            <mxGeometry relative="1" as="geometry">
              <Array as="points" />
            </mxGeometry>
          </mxCell>
        </UserObject>
-         <mxCell id="uEy8U-7W5a8DpbSbEBy_-108" edge="1" parent="uEy8U-7W5a8DpbSbEBy_-81" source="uEy8U-7W5a8DpbSbEBy_-87" style="edgeStyle=orthogonalEdgeStyle;rounded=0;orthogonalLoop=1;jettySize=auto;html=1;exitX=1;exitY=0.5;exitDx=0;exitDy=0;entryX=0;entryY=0.5;entryDx=0;entryDy=0;entryPerimeter=0;" target="uEy8U-7W5a8DpbSbEBy_-88">
-           <mxGeometry relative="1" as="geometry" />
-         </mxCell>
+         <UserObject label="寫入" mermaidId="e:E-&gt;F#0" mermaidBaseStyle="curved=1;startArrow=none;endArrow=block;endSize=7;strokeColor=light-dark(#333333,#cccccc);html=1;fontSize=16;labelBackgroundColor=light-dark(#E8E8E88D,#2a2a2a8D);fontFamily=Trebuchet MS,Verdana,Arial,sans-serif;fontColor=light-dark(#333333,#cccccc);exitX=0.5;exitY=1;entryX=0.51;entryY=0;" mermaidBaseValue="寫入" id="1AuTr31iAnfZBQywCQhe-70">
+           <mxCell edge="1" parent="1AuTr31iAnfZBQywCQhe-49" source="1AuTr31iAnfZBQywCQhe-57" style="curved=1;startArrow=none;endArrow=block;endSize=7;strokeColor=light-dark(#333333,#cccccc);html=1;fontSize=16;labelBackgroundColor=light-dark(#E8E8E88D,#2a2a2a8D);fontFamily=Trebuchet MS,Verdana,Arial,sans-serif;fontColor=light-dark(#333333,#cccccc);exitX=0.5;exitY=1;entryX=0.51;entryY=0;rounded=0;" target="1AuTr31iAnfZBQywCQhe-58">
+             <mxGeometry relative="1" as="geometry">
+               <Array as="points" />
+             </mxGeometry>
+           </mxCell>
+         </UserObject>
+         <UserObject label="" mermaidId="e:F-&gt;G#0" mermaidBaseStyle="curved=1;startArrow=none;endArrow=block;endSize=7;strokeColor=light-dark(#333333,#cccccc);exitX=0.51;exitY=1;entryX=0.5;entryY=0;" mermaidBaseValue="" id="1AuTr31iAnfZBQywCQhe-71">
+           <mxCell edge="1" parent="1AuTr31iAnfZBQywCQhe-49" source="1AuTr31iAnfZBQywCQhe-58" style="curved=1;startArrow=none;endArrow=block;endSize=7;strokeColor=light-dark(#333333,#cccccc);exitX=0.51;exitY=1;entryX=0.5;entryY=0;rounded=0;" target="1AuTr31iAnfZBQywCQhe-59">
+             <mxGeometry relative="1" as="geometry">
+               <Array as="points" />
+             </mxGeometry>
+           </mxCell>
+         </UserObject>
+         <UserObject label="寫入" mermaidId="e:G-&gt;H#0" mermaidBaseStyle="curved=1;startArrow=none;endArrow=block;endSize=7;strokeColor=light-dark(#333333,#cccccc);html=1;fontSize=16;labelBackgroundColor=light-dark(#E8E8E88D,#2a2a2a8D);fontFamily=Trebuchet MS,Verdana,Arial,sans-serif;fontColor=light-dark(#333333,#cccccc);exitX=0.5;exitY=1;entryX=0.5;entryY=0;" mermaidBaseValue="寫入" id="1AuTr31iAnfZBQywCQhe-72">
+           <mxCell edge="1" parent="1AuTr31iAnfZBQywCQhe-49" source="1AuTr31iAnfZBQywCQhe-59" style="curved=1;startArrow=none;endArrow=block;endSize=7;strokeColor=light-dark(#333333,#cccccc);html=1;fontSize=16;labelBackgroundColor=light-dark(#E8E8E88D,#2a2a2a8D);fontFamily=Trebuchet MS,Verdana,Arial,sans-serif;fontColor=light-dark(#333333,#cccccc);exitX=0.5;exitY=1;entryX=0.5;entryY=0;rounded=0;" target="1AuTr31iAnfZBQywCQhe-60">
+             <mxGeometry relative="1" as="geometry">
+               <Array as="points" />
+             </mxGeometry>
+           </mxCell>
+         </UserObject>
      </root>
    </mxGraphModel>
  </diagram>
</mxfile>
